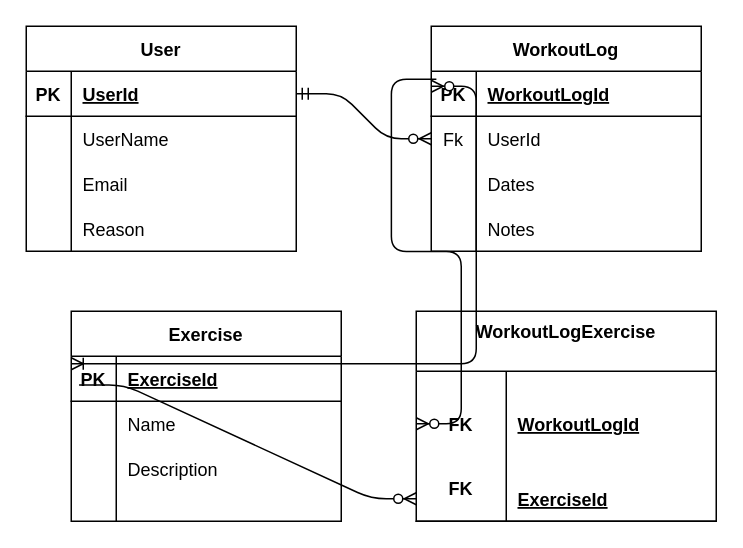
JoshuaDaugherty/Chapter1--1115 keeps this draw.io diagram as FinalProject/UML/Diagram.drawio. Above is the earlier version. Source tidied: cells renumbered, new cells numbered last; positions are measured from the earlier drawing's top-left corner, leaving out a move shared by most shapes. Both pictures are drawn from the tidied source at 150%, with x=0, y=0 at pixel (26, 26).
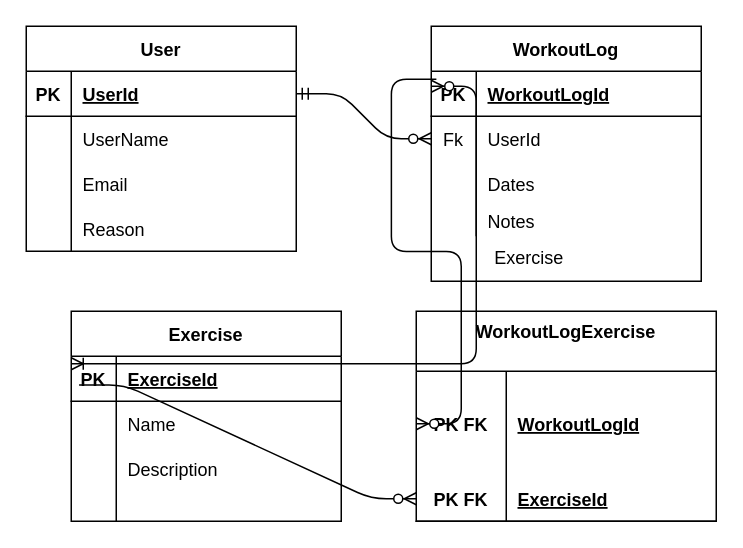
The same page after the edit.

The change refers to these unchanged cells:
```xml
<mxCell id="43" style="shape=tableRow;horizontal=0;startSize=0;swimlaneHead=0;swimlaneBody=0;fillColor=none;points=[[0,0.5],[1,0.5]];portConstraint=eastwest;top=0;left=0;right=0;bottom=0;" parent="42" vertex="1">
  <mxGeometry y="40" width="200" height="70" as="geometry" />
</mxCell>
<mxCell id="46" style="shape=tableRow;horizontal=0;startSize=0;swimlaneHead=0;swimlaneBody=0;fillColor=none;points=[[0,0.5],[1,0.5]];portConstraint=eastwest;top=0;left=0;right=0;bottom=1;" parent="42" vertex="1">
  <mxGeometry y="110" width="200" height="30" as="geometry" />
</mxCell>
```

Change to the diagram source:
```diff
@@
     <mxCell id="15" value="WorkoutLog" style="shape=table;startSize=30;childLayout=tableLayout;rowLines=0;fontStyle=1;align=center;" parent="1" vertex="1">
-      <mxGeometry x="270" width="180" height="150" as="geometry" />
+      <mxGeometry x="270" width="180" height="170" as="geometry" />
     </mxCell>
@@
     <mxCell id="25" style="shape=tableRow;horizontal=0;startSize=0;swimlaneHead=0;swimlaneBody=0;fillColor=none;top=0;left=0;right=0;bottom=0;" parent="15" vertex="1">
-      <mxGeometry y="120" width="180" height="30" as="geometry" />
+      <mxGeometry y="120" width="180" height="20" as="geometry" />
     </mxCell>
     <mxCell id="26" style="shape=partialRectangle;fillColor=none;top=0;left=0;bottom=0;right=0;overflow=hidden;" parent="25" vertex="1">
-      <mxGeometry width="30" height="30" as="geometry" />
+      <mxGeometry width="30" height="20" as="geometry" />
     </mxCell>
     <mxCell id="27" value="Notes" style="shape=partialRectangle;fillColor=none;top=0;left=0;bottom=0;right=0;align=left;spacingLeft=6;overflow=hidden;" parent="25" vertex="1">
-      <mxGeometry x="30" width="150" height="30" as="geometry" />
+      <mxGeometry x="30" width="150" height="20" as="geometry" />
     </mxCell>
@@
-    <mxCell id="44" value="FK" style="shape=partialRectangle;fillColor=none;top=0;left=0;bottom=0;right=0;fontStyle=1;overflow=hidden;" parent="43" vertex="1">
+    <mxCell id="44" value="PK FK" style="shape=partialRectangle;fillColor=none;top=0;left=0;bottom=0;right=0;fontStyle=1;overflow=hidden;" parent="43" vertex="1">
       <mxGeometry width="60" height="70" as="geometry" />
     </mxCell>
@@
-    <mxCell id="47" value="FK&#10;" style="shape=partialRectangle;fillColor=none;top=0;left=0;bottom=0;right=0;fontStyle=1;overflow=hidden;" parent="46" vertex="1">
+    <mxCell id="47" value="PK FK" style="shape=partialRectangle;fillColor=none;top=0;left=0;bottom=0;right=0;fontStyle=1;overflow=hidden;" parent="46" vertex="1">
       <mxGeometry width="60" height="30" as="geometry" />
     </mxCell>
@@
+    <mxCell id="52" value="Exercise" style="text;html=1;align=center;verticalAlign=middle;strokeColor=none;fillColor=none;" parent="1" vertex="1">
+      <mxGeometry x="300" y="140" width="70" height="30" as="geometry" />
+    </mxCell>
```
